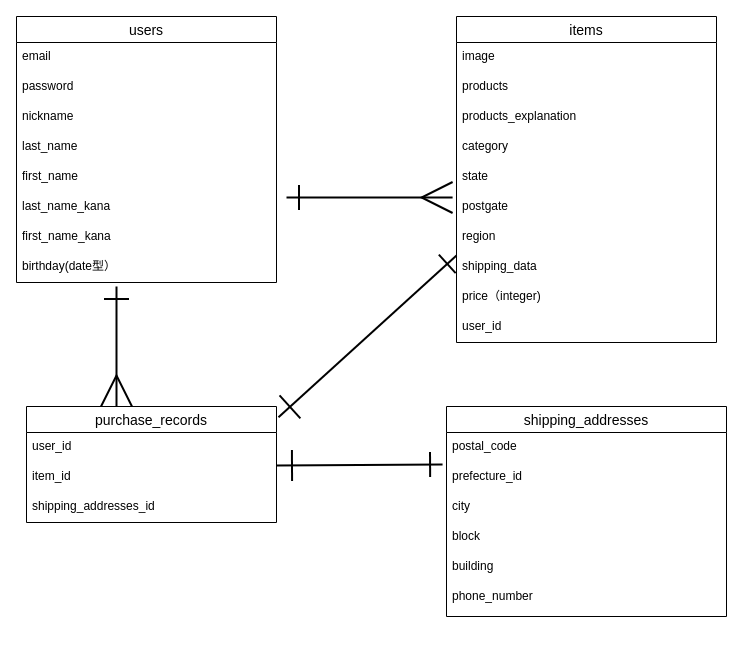
Before: sample.dio in tatsuya-tsurumi/furima-37184, a draw.io diagram. Source tidied: cells renumbered, new cells numbered last; positions are measured from the earlier drawing's top-left corner, leaving out a move shared by most shapes. Both pictures are drawn from the tidied source at 100%, with x=0, y=0 at pixel (16, 16).
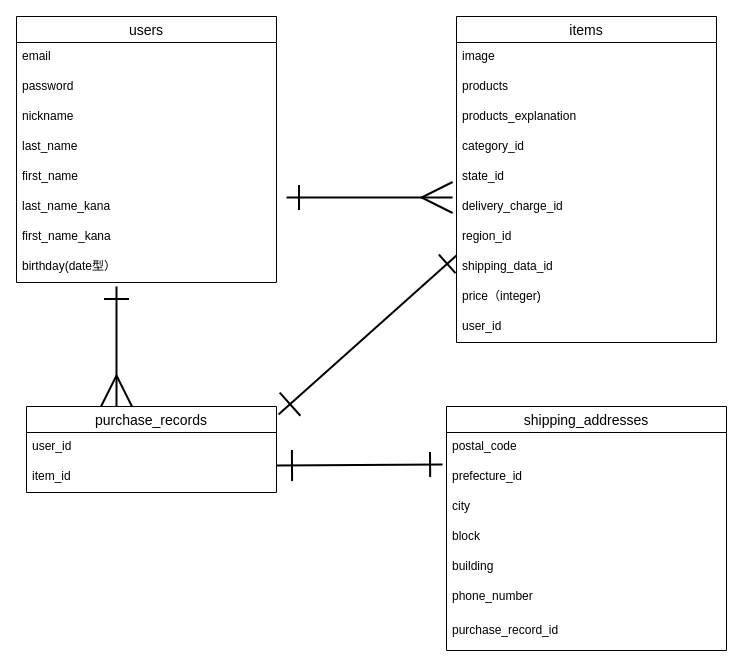
The same diagram, later.

Commit message (it also covers changes not shown here):
READMEの行揃える

The change refers to these unchanged cells:
```xml
<mxCell id="11" value="items" style="swimlane;fontStyle=0;horizontal=1;startSize=26;align=center;fontSize=14;" parent="1" vertex="1">
  <mxGeometry x="440" width="260" height="326" as="geometry" />
</mxCell>
```

What changed in the source:
```diff
@@
-    <mxCell id="15" value="category" style="text;strokeColor=none;fillColor=none;spacingLeft=4;spacingRight=4;overflow=hidden;fontSize=12;" parent="11" vertex="1">
+    <mxCell id="15" value="category_id" style="text;strokeColor=none;fillColor=none;spacingLeft=4;spacingRight=4;overflow=hidden;fontSize=12;" parent="11" vertex="1">
       <mxGeometry y="116" width="260" height="30" as="geometry" />
     </mxCell>
-    <mxCell id="16" value="state" style="text;strokeColor=none;fillColor=none;spacingLeft=4;spacingRight=4;overflow=hidden;fontSize=12;" parent="11" vertex="1">
+    <mxCell id="16" value="state_id" style="text;strokeColor=none;fillColor=none;spacingLeft=4;spacingRight=4;overflow=hidden;fontSize=12;" parent="11" vertex="1">
       <mxGeometry y="146" width="260" height="30" as="geometry" />
     </mxCell>
-    <mxCell id="17" value="postgate" style="text;strokeColor=none;fillColor=none;spacingLeft=4;spacingRight=4;overflow=hidden;fontSize=12;" parent="11" vertex="1">
+    <mxCell id="17" value="delivery_charge_id" style="text;strokeColor=none;fillColor=none;spacingLeft=4;spacingRight=4;overflow=hidden;fontSize=12;" parent="11" vertex="1">
       <mxGeometry y="176" width="260" height="30" as="geometry" />
     </mxCell>
-    <mxCell id="18" value="region" style="text;strokeColor=none;fillColor=none;spacingLeft=4;spacingRight=4;overflow=hidden;fontSize=12;" parent="11" vertex="1">
+    <mxCell id="18" value="region_id" style="text;strokeColor=none;fillColor=none;spacingLeft=4;spacingRight=4;overflow=hidden;fontSize=12;" parent="11" vertex="1">
       <mxGeometry y="206" width="260" height="30" as="geometry" />
     </mxCell>
-    <mxCell id="19" value="shipping_data" style="text;strokeColor=none;fillColor=none;spacingLeft=4;spacingRight=4;overflow=hidden;fontSize=12;" parent="11" vertex="1">
+    <mxCell id="19" value="shipping_data_id" style="text;strokeColor=none;fillColor=none;spacingLeft=4;spacingRight=4;overflow=hidden;fontSize=12;" parent="11" vertex="1">
       <mxGeometry y="236" width="260" height="30" as="geometry" />
     </mxCell>
@@
     <mxCell id="22" value="purchase_records" style="swimlane;fontStyle=0;horizontal=1;startSize=26;align=center;fontSize=14;" parent="1" vertex="1">
-      <mxGeometry x="10" y="390" width="250" height="116" as="geometry" />
+      <mxGeometry x="10" y="390" width="250" height="86" as="geometry" />
     </mxCell>
@@
-    <mxCell id="25" value="shipping_addresses_id" style="text;strokeColor=none;fillColor=none;spacingLeft=4;spacingRight=4;overflow=hidden;fontSize=12;" parent="22" vertex="1">
-      <mxGeometry y="86" width="250" height="30" as="geometry" />
-    </mxCell>
     <mxCell id="26" value="shipping_addresses" style="swimlane;fontStyle=0;horizontal=1;startSize=26;align=center;fontSize=14;" parent="1" vertex="1">
-      <mxGeometry x="430" y="390" width="280" height="210" as="geometry" />
+      <mxGeometry x="430" y="390" width="280" height="244" as="geometry" />
     </mxCell>
@@
+    <mxCell id="37" value="phone_number&#10;" style="text;strokeColor=none;fillColor=none;spacingLeft=4;spacingRight=4;overflow=hidden;fontSize=12;" parent="26" vertex="1">
+      <mxGeometry y="176" width="280" height="34" as="geometry" />
+    </mxCell>
-    <mxCell id="32" value="phone_number&#10;" style="text;strokeColor=none;fillColor=none;spacingLeft=4;spacingRight=4;overflow=hidden;fontSize=12;" parent="26" vertex="1">
-      <mxGeometry y="176" width="280" height="34" as="geometry" />
+    <mxCell id="32" value="purchase_record_id" style="text;strokeColor=none;fillColor=none;spacingLeft=4;spacingRight=4;overflow=hidden;fontSize=12;" parent="26" vertex="1">
+      <mxGeometry y="210" width="280" height="34" as="geometry" />
     </mxCell>
```
